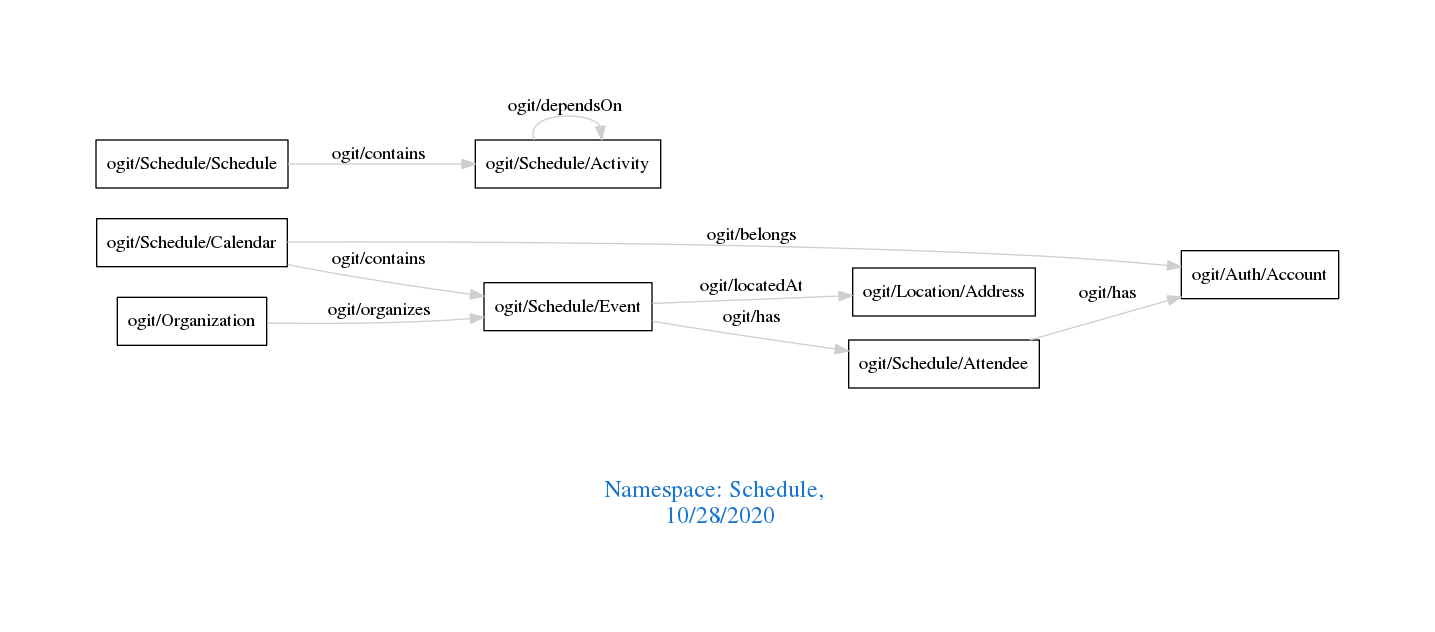
Above: downloads/Schedule.png in arago/OGIT (Graphviz), before the change. Its source is kept beside it as downloads/Schedule.dot.
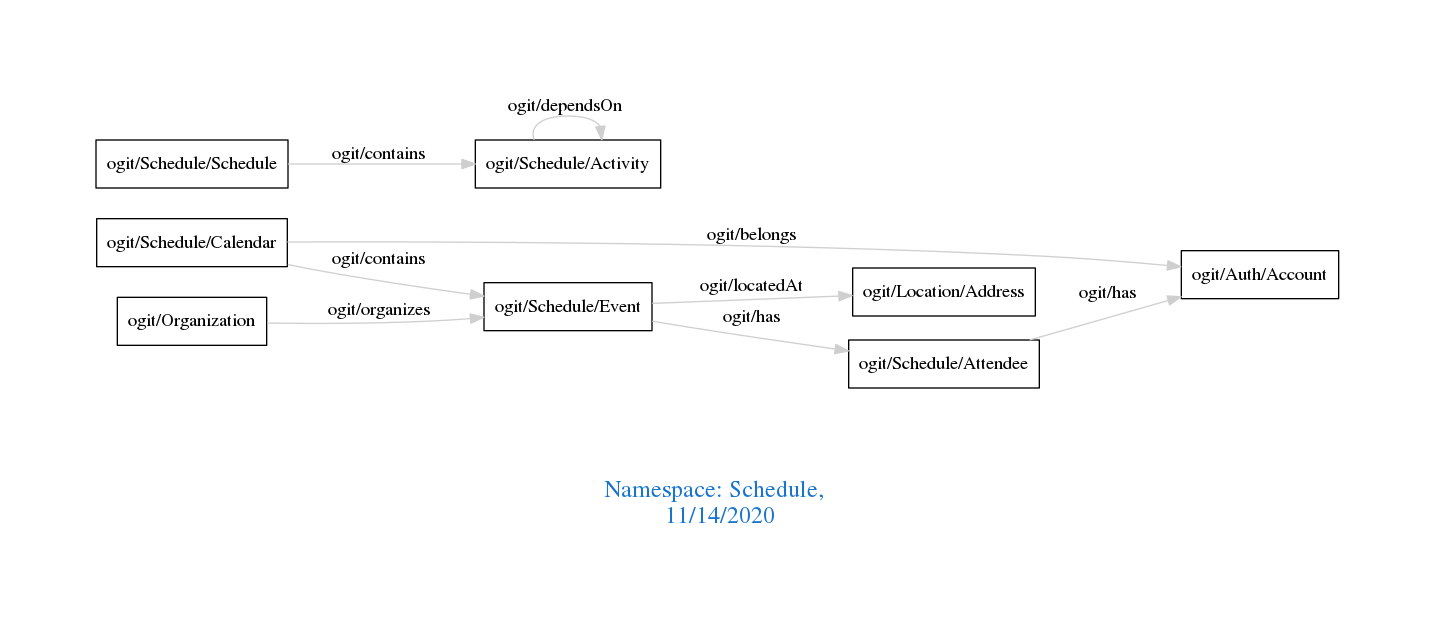
After the change.

Diff of the diagram source:
```diff
@@ -1,7 +1,7 @@
 digraph OGIT_ontology {
  graph [ rankdir= LR,pad=1
 fontsize = 18,
-fontcolor= dodgerblue3,label = "\n\n\nNamespace: Schedule, \n 10/28/2020"];
+fontcolor= dodgerblue3,label = "\n\n\nNamespace: Schedule, \n 11/14/2020"];
 node[shape=polygon];
 edge [  color="gray81"];
 
```
